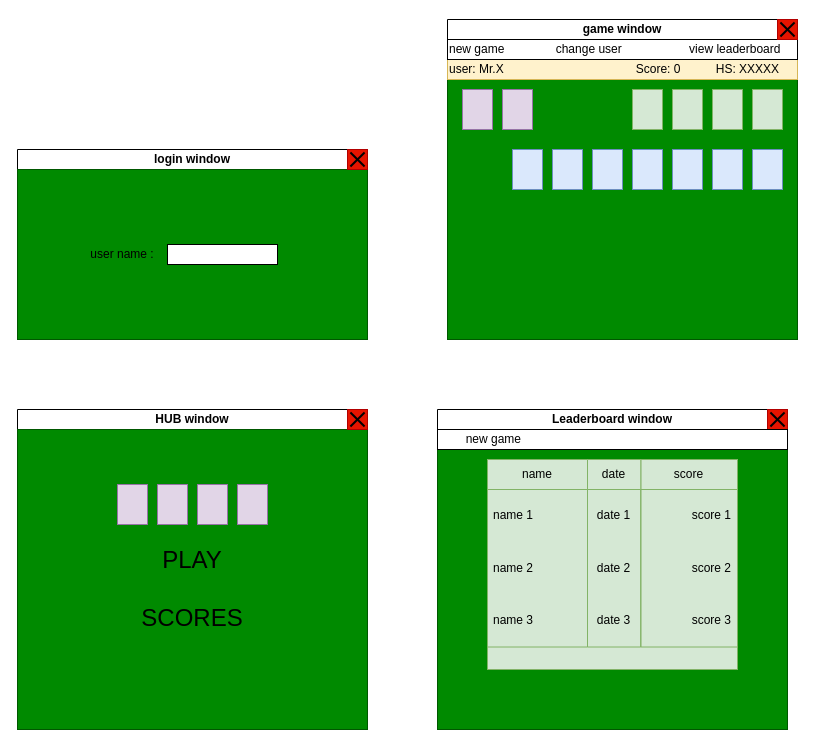
Earlier version of the draw.io diagram shema_Klondike.drawio (RBersier/Klondike). Source tidied: cells renumbered, new cells numbered last; positions are measured from the earlier drawing's top-left corner, leaving out a move shared by most shapes. Both pictures are drawn from the tidied source at 100%, with x=0, y=0 at pixel (17, 19).
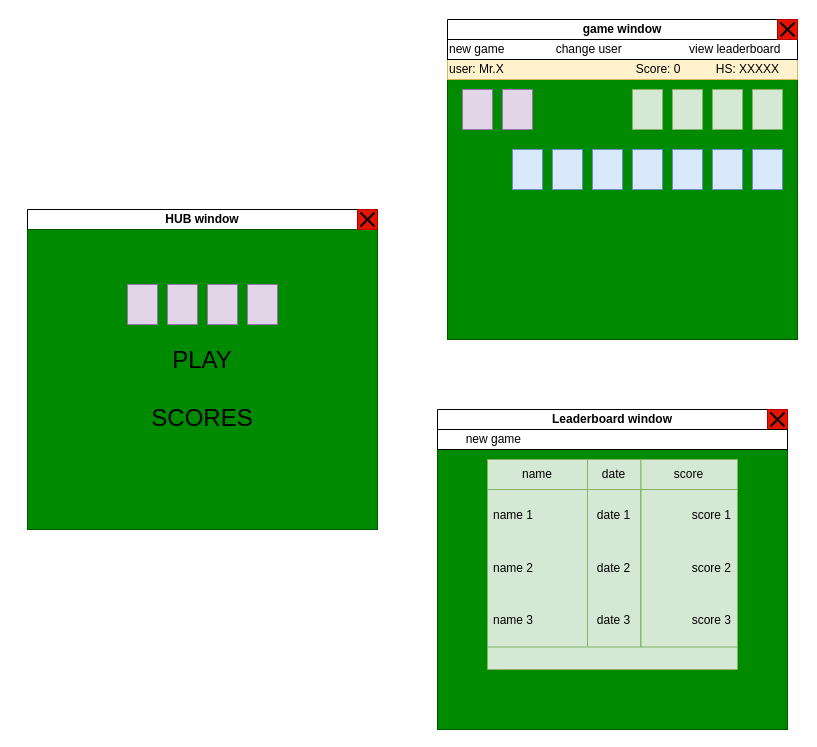
After the change.

Commit message:
correction croquis des fenêtre

What changed in the source:
```diff
@@
     <mxCell id="22" value="HUB window" style="swimlane;whiteSpace=wrap;html=1;startSize=20;" parent="1" vertex="1">
-      <mxGeometry y="390" width="350" height="320" as="geometry" />
+      <mxGeometry x="10" y="190" width="350" height="320" as="geometry" />
     </mxCell>
@@
-    <mxCell id="51" value="login window" style="swimlane;whiteSpace=wrap;html=1;startSize=20;" parent="1" vertex="1">
-      <mxGeometry y="130" width="350" height="190" as="geometry" />
-    </mxCell>
-    <mxCell id="52" style="rounded=0;whiteSpace=wrap;html=1;fillColor=#008a00;strokeColor=#005700;fontColor=#ffffff;" parent="51" vertex="1">
-      <mxGeometry y="20" width="350" height="170" as="geometry" />
-    </mxCell>
-    <mxCell id="53" style="rounded=0;whiteSpace=wrap;html=1;fillColor=#e51400;fontColor=#ffffff;strokeColor=#B20000;" parent="51" vertex="1">
-      <mxGeometry x="330" width="20" height="20" as="geometry" />
-    </mxCell>
-    <mxCell id="54" style="line;strokeWidth=2;html=1;rotation=45;" parent="51" vertex="1">
-      <mxGeometry x="330" y="5" width="20" height="10" as="geometry" />
-    </mxCell>
-    <mxCell id="55" style="line;strokeWidth=2;html=1;rotation=-225;" parent="51" vertex="1">
-      <mxGeometry x="330" y="5" width="20" height="10" as="geometry" />
-    </mxCell>
-    <mxCell id="56" style="rounded=0;whiteSpace=wrap;html=1;" parent="51" vertex="1">
-      <mxGeometry x="150" y="95" width="110" height="20" as="geometry" />
-    </mxCell>
-    <mxCell id="57" value="user name :" style="text;html=1;align=center;verticalAlign=middle;whiteSpace=wrap;rounded=0;" parent="51" vertex="1">
-      <mxGeometry x="70" y="90" width="70" height="30" as="geometry" />
-    </mxCell>
```
